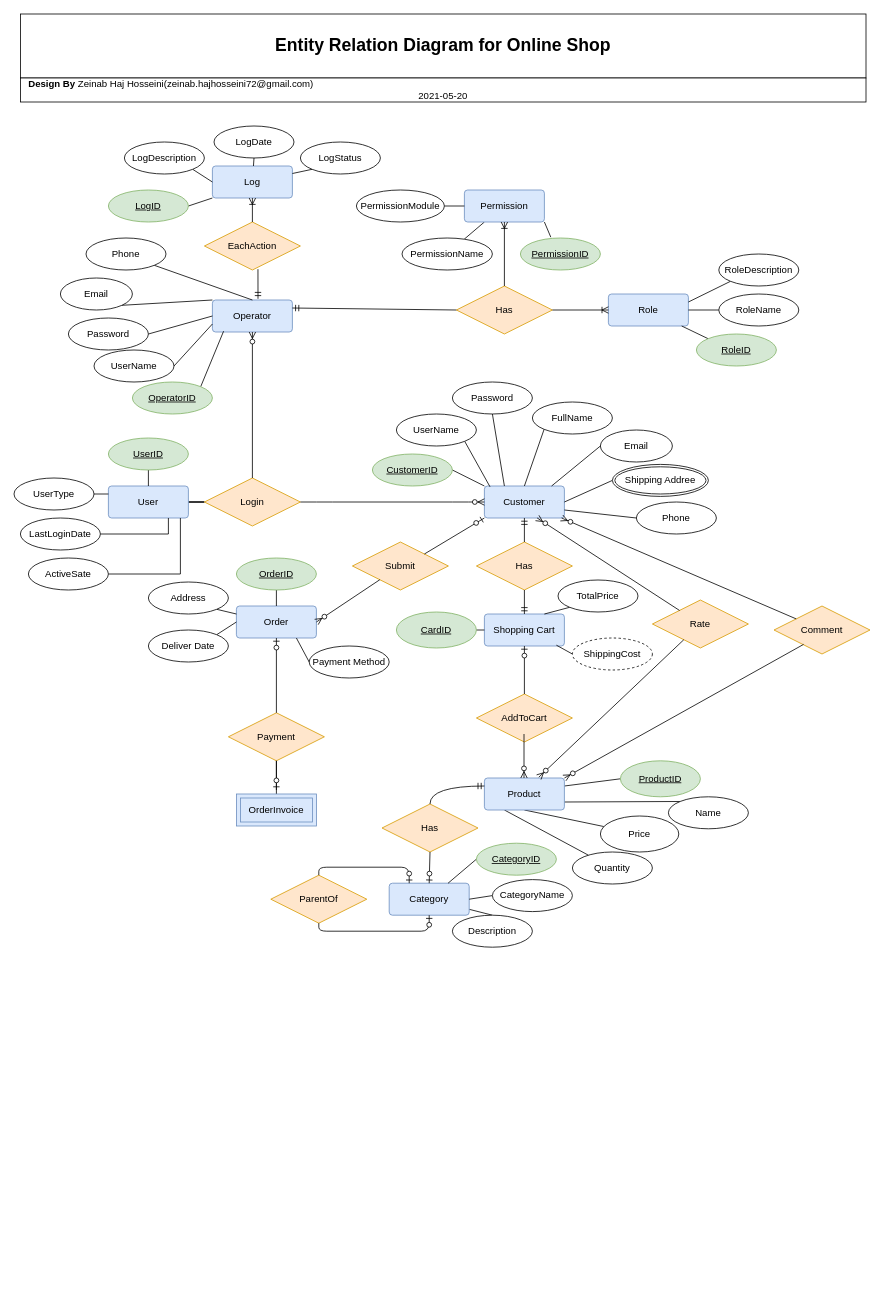
zeinab-hajhosseini/Online-shop-ERD keeps this draw.io diagram as Untitled Diagram.drawio. Above is the earlier version. Source tidied: cells renumbered, new cells numbered last; positions are measured from the earlier drawing's top-left corner, leaving out a move shared by most shapes. Both pictures are drawn from the tidied source at 80%, with x=0, y=0 at pixel (14, 14).
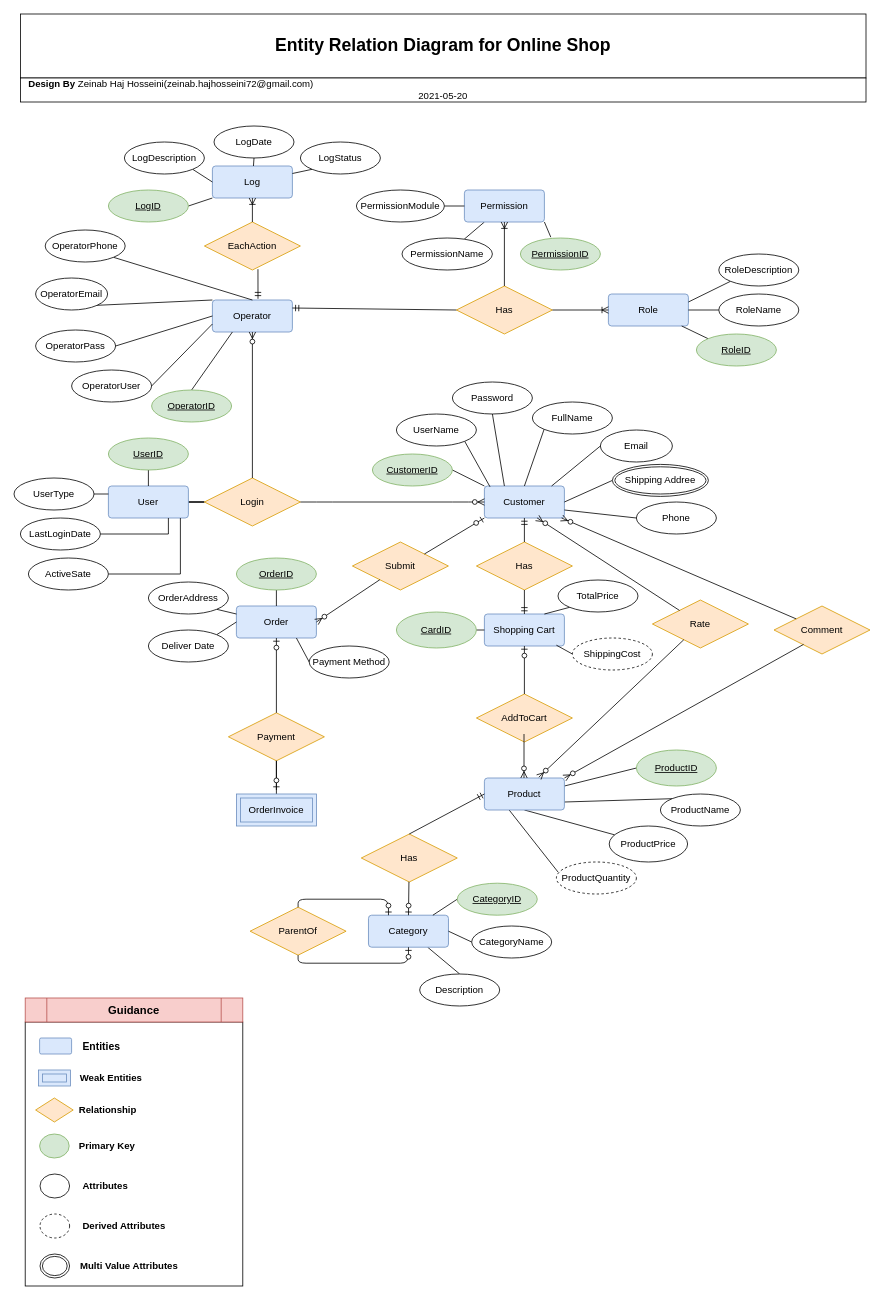
Above is the later version.

The change refers to these unchanged cells:
```xml
<mxCell id="31" value="Product" style="rounded=1;arcSize=10;whiteSpace=wrap;html=1;align=center;fillColor=#dae8fc;strokeColor=#6c8ebf;" parent="1" vertex="1">
  <mxGeometry x="588" y="955" width="100" height="40" as="geometry" />
</mxCell>
<mxCell id="68" value="OrderInvoice" style="shape=ext;margin=3;double=1;whiteSpace=wrap;html=1;align=center;fillColor=#dae8fc;strokeColor=#6c8ebf;" parent="1" vertex="1">
  <mxGeometry x="278" y="975" width="100" height="40" as="geometry" />
</mxCell>
<mxCell id="86" value="Operator" style="rounded=1;arcSize=10;whiteSpace=wrap;html=1;align=center;fillColor=#dae8fc;strokeColor=#6c8ebf;" parent="1" vertex="1">
  <mxGeometry x="248" y="357.5" width="100" height="40" as="geometry" />
</mxCell>
```

The edit, as a diff of the source:
```diff
@@
-    <mxCell id="27" style="edgeStyle=none;rounded=0;jettySize=auto;html=1;exitX=0.25;exitY=1;exitDx=0;exitDy=0;endArrow=none;endFill=0;" parent="1" edge="1" source="31" target="35">
-      <mxGeometry relative="1" as="geometry" />
+    <mxCell id="27" style="edgeStyle=none;rounded=0;orthogonalLoop=1;jettySize=auto;html=1;endArrow=none;endFill=0;" parent="1" edge="1">
+      <mxGeometry relative="1" as="geometry">
+        <mxPoint x="615" y="990" as="sourcePoint" />
+        <mxPoint x="680" y="1072.5" as="targetPoint" />
+      </mxGeometry>
     </mxCell>
@@
     <mxCell id="32" value="ProductID" style="ellipse;whiteSpace=wrap;html=1;align=center;fontStyle=4;fillColor=#d5e8d4;strokeColor=#82b366;" parent="1" vertex="1">
-      <mxGeometry x="758" y="933.5" width="100" height="45" as="geometry" />
+      <mxGeometry x="778" y="920" width="100" height="45" as="geometry" />
     </mxCell>
-    <mxCell id="33" value="Name" style="ellipse;whiteSpace=wrap;html=1;align=center;" parent="1" vertex="1">
-      <mxGeometry x="818" y="978.5" width="100" height="40" as="geometry" />
+    <mxCell id="33" value="ProductName" style="ellipse;whiteSpace=wrap;html=1;align=center;" parent="1" vertex="1">
+      <mxGeometry x="808" y="975" width="100" height="40" as="geometry" />
     </mxCell>
-    <mxCell id="34" value="Price" style="ellipse;whiteSpace=wrap;html=1;align=center;" parent="1" vertex="1">
-      <mxGeometry x="733" y="1002.5" width="98" height="45" as="geometry" />
+    <mxCell id="34" value="ProductPrice" style="ellipse;whiteSpace=wrap;html=1;align=center;" parent="1" vertex="1">
+      <mxGeometry x="744" y="1015" width="98" height="45" as="geometry" />
     </mxCell>
-    <mxCell id="35" value="Quantity" style="ellipse;whiteSpace=wrap;html=1;align=center;" parent="1" vertex="1">
-      <mxGeometry x="698" y="1047.5" width="100" height="40" as="geometry" />
+    <mxCell id="35" value="ProductQuantity" style="ellipse;whiteSpace=wrap;html=1;align=center;dashed=1;" parent="1" vertex="1">
+      <mxGeometry x="678" y="1060" width="100" height="40" as="geometry" />
     </mxCell>
@@
-    <mxCell id="41" value="Address" style="ellipse;whiteSpace=wrap;html=1;align=center;" parent="1" vertex="1">
+    <mxCell id="41" value="OrderAddress" style="ellipse;whiteSpace=wrap;html=1;align=center;" parent="1" vertex="1">
       <mxGeometry x="168" y="710" width="100" height="40" as="geometry" />
     </mxCell>
@@
     <mxCell id="47" value="Category" style="rounded=1;arcSize=10;whiteSpace=wrap;html=1;align=center;fillColor=#dae8fc;strokeColor=#6c8ebf;" parent="1" vertex="1">
-      <mxGeometry x="469" y="1086.5" width="100" height="40" as="geometry" />
+      <mxGeometry x="443.1" y="1126.5" width="100" height="40" as="geometry" />
     </mxCell>
     <mxCell id="48" value="Has" style="shape=rhombus;perimeter=rhombusPerimeter;whiteSpace=wrap;html=1;align=center;fillColor=#ffe6cc;strokeColor=#d79b00;" parent="1" vertex="1">
-      <mxGeometry x="460" y="987.5" width="120" height="60" as="geometry" />
+      <mxGeometry x="434.1" y="1025" width="120" height="60" as="geometry" />
     </mxCell>
@@
     <mxCell id="50" value="CategoryID" style="ellipse;whiteSpace=wrap;html=1;align=center;fontStyle=4;fillColor=#d5e8d4;strokeColor=#82b366;" parent="1" vertex="1">
-      <mxGeometry x="578" y="1036.5" width="100" height="40" as="geometry" />
+      <mxGeometry x="554.1" y="1086.5" width="100" height="40" as="geometry" />
     </mxCell>
@@
     <mxCell id="52" value="&lt;div&gt;CategoryName&lt;/div&gt;" style="ellipse;whiteSpace=wrap;html=1;align=center;" parent="1" vertex="1">
-      <mxGeometry x="598" y="1082" width="100" height="40" as="geometry" />
+      <mxGeometry x="572.1" y="1140" width="100" height="40" as="geometry" />
     </mxCell>
     <mxCell id="53" value="ParentOf" style="shape=rhombus;perimeter=rhombusPerimeter;whiteSpace=wrap;html=1;align=center;fillColor=#ffe6cc;strokeColor=#d79b00;" parent="1" vertex="1">
-      <mxGeometry x="321" y="1076.5" width="120" height="60" as="geometry" />
+      <mxGeometry x="295.1" y="1116.5" width="120" height="60" as="geometry" />
     </mxCell>
@@
-    <mxCell id="66" style="edgeStyle=none;rounded=0;orthogonalLoop=1;jettySize=auto;html=1;exitX=0.5;exitY=0;exitDx=0;exitDy=0;endArrow=none;endFill=0;entryX=0.5;entryY=0;entryDx=0;entryDy=0;" parent="1" edge="1" source="68" target="68">
-      <mxGeometry relative="1" as="geometry" />
+    <mxCell id="66" style="edgeStyle=none;rounded=0;orthogonalLoop=1;jettySize=auto;html=1;exitX=0.5;exitY=0;exitDx=0;exitDy=0;endArrow=none;endFill=0;entryX=0.5;entryY=0;entryDx=0;entryDy=0;" parent="1" edge="1">
+      <mxGeometry relative="1" as="geometry">
+        <mxPoint x="302.1" y="985" as="sourcePoint" />
+        <mxPoint x="302.1" y="985" as="targetPoint" />
+      </mxGeometry>
     </mxCell>
@@
-    <mxCell id="73" style="fontSize=12;html=1;endArrow=ERzeroToOne;endFill=1;entryX=0.5;entryY=0;entryDx=0;entryDy=0;exitX=0.5;exitY=1;exitDx=0;exitDy=0;" parent="1" edge="1" source="48" target="47">
+    <mxCell id="73" style="fontSize=12;html=1;endArrow=ERzeroToOne;endFill=1;entryX=0.5;entryY=0;entryDx=0;entryDy=0;" parent="1" edge="1" source="48" target="47">
       <mxGeometry relative="1" as="geometry" />
     </mxCell>
@@
     <mxCell id="80" value="&lt;div&gt;Description&lt;/div&gt;" style="ellipse;whiteSpace=wrap;html=1;align=center;" parent="1" vertex="1">
-      <mxGeometry x="548" y="1126.5" width="100" height="40" as="geometry" />
+      <mxGeometry x="507.1" y="1200" width="100" height="40" as="geometry" />
     </mxCell>
@@
-    <mxCell id="83" style="fontSize=12;html=1;endArrow=ERmandOne;entryX=0;entryY=0.25;entryDx=0;entryDy=0;exitX=0.5;exitY=0;exitDx=0;exitDy=0;edgeStyle=orthogonalEdgeStyle;curved=1;" parent="1" edge="1" source="48" target="31">
+    <mxCell id="83" style="fontSize=12;html=1;endArrow=ERmandOne;exitX=0.5;exitY=0;exitDx=0;exitDy=0;entryX=0;entryY=0.5;entryDx=0;entryDy=0;" parent="1" edge="1" source="48" target="31">
       <mxGeometry relative="1" as="geometry" />
     </mxCell>
@@
-    <mxCell id="88" style="edgeStyle=none;rounded=0;jettySize=auto;html=1;exitX=1;exitY=0;exitDx=0;exitDy=0;entryX=0.14;entryY=0.975;entryDx=0;entryDy=0;entryPerimeter=0;endArrow=none;endFill=0;" parent="1" edge="1" source="89" target="86">
+    <mxCell id="88" style="edgeStyle=none;rounded=0;jettySize=auto;html=1;exitX=0.5;exitY=0;exitDx=0;exitDy=0;entryX=0.25;entryY=1;entryDx=0;entryDy=0;endArrow=none;endFill=0;" parent="1" edge="1" source="89" target="86">
       <mxGeometry relative="1" as="geometry" />
     </mxCell>
     <mxCell id="89" value="&lt;div&gt;OperatorID&lt;/div&gt;" style="ellipse;whiteSpace=wrap;html=1;align=center;fontStyle=4;fillColor=#d5e8d4;strokeColor=#82b366;" parent="1" vertex="1">
-      <mxGeometry x="148" y="460" width="100" height="40" as="geometry" />
+      <mxGeometry x="172" y="470" width="100" height="40" as="geometry" />
     </mxCell>
@@
-    <mxCell id="91" value="UserName" style="ellipse;whiteSpace=wrap;html=1;align=center;" parent="1" vertex="1">
-      <mxGeometry x="100" y="420" width="100" height="40" as="geometry" />
+    <mxCell id="91" value="OperatorUser" style="ellipse;whiteSpace=wrap;html=1;align=center;" parent="1" vertex="1">
+      <mxGeometry x="72" y="445" width="100" height="40" as="geometry" />
     </mxCell>
@@
-    <mxCell id="93" value="Password" style="ellipse;whiteSpace=wrap;html=1;align=center;" parent="1" vertex="1">
-      <mxGeometry x="68" y="380" width="100" height="40" as="geometry" />
+    <mxCell id="93" value="OperatorPass" style="ellipse;whiteSpace=wrap;html=1;align=center;" parent="1" vertex="1">
+      <mxGeometry x="27" y="395" width="100" height="40" as="geometry" />
     </mxCell>
@@
-    <mxCell id="95" value="Email" style="ellipse;whiteSpace=wrap;html=1;align=center;fontStyle=0;" parent="1" vertex="1">
-      <mxGeometry x="58" y="330" width="90" height="40" as="geometry" />
+    <mxCell id="95" value="OperatorEmail" style="ellipse;whiteSpace=wrap;html=1;align=center;fontStyle=0;" parent="1" vertex="1">
+      <mxGeometry x="27" y="330" width="90" height="40" as="geometry" />
     </mxCell>
@@
-    <mxCell id="97" value="Phone" style="ellipse;whiteSpace=wrap;html=1;align=center;fontStyle=0;" parent="1" vertex="1">
-      <mxGeometry x="90" y="280" width="100" height="40" as="geometry" />
+    <mxCell id="97" value="OperatorPhone" style="ellipse;whiteSpace=wrap;html=1;align=center;fontStyle=0;" parent="1" vertex="1">
+      <mxGeometry x="39" y="270" width="100" height="40" as="geometry" />
     </mxCell>
@@
+    <mxCell id="132" style="rounded=0;whiteSpace=wrap;html=1;align=left;" parent="1" vertex="1">
+      <mxGeometry x="14" y="1260" width="272" height="330" as="geometry" />
+    </mxCell>
+    <mxCell id="133" style="rounded=1;arcSize=10;whiteSpace=wrap;html=1;align=center;fillColor=#dae8fc;strokeColor=#6c8ebf;" parent="1" vertex="1">
+      <mxGeometry x="32" y="1280" width="40" height="20" as="geometry" />
+    </mxCell>
+    <mxCell id="134" style="shape=ext;margin=3;double=1;whiteSpace=wrap;html=1;align=center;fillColor=#dae8fc;strokeColor=#6c8ebf;" parent="1" vertex="1">
+      <mxGeometry x="30.5" y="1320" width="40" height="20" as="geometry" />
+    </mxCell>
+    <mxCell id="135" style="shape=rhombus;perimeter=rhombusPerimeter;whiteSpace=wrap;html=1;align=center;fillColor=#ffe6cc;strokeColor=#d79b00;" parent="1" vertex="1">
+      <mxGeometry x="27" y="1355" width="47" height="30" as="geometry" />
+    </mxCell>
+    <mxCell id="136" style="ellipse;whiteSpace=wrap;html=1;align=center;fontStyle=4;fillColor=#d5e8d4;strokeColor=#82b366;" parent="1" vertex="1">
+      <mxGeometry x="32" y="1400" width="37" height="30" as="geometry" />
+    </mxCell>
+    <mxCell id="137" style="ellipse;whiteSpace=wrap;html=1;align=center;" parent="1" vertex="1">
+      <mxGeometry x="32.5" y="1450" width="37" height="30" as="geometry" />
+    </mxCell>
+    <mxCell id="138" style="ellipse;whiteSpace=wrap;html=1;align=center;dashed=1;" parent="1" vertex="1">
+      <mxGeometry x="32.5" y="1500" width="37" height="30" as="geometry" />
+    </mxCell>
+    <mxCell id="139" style="ellipse;shape=doubleEllipse;margin=3;whiteSpace=wrap;html=1;align=center;" parent="1" vertex="1">
+      <mxGeometry x="32.5" y="1550" width="37" height="30" as="geometry" />
+    </mxCell>
+    <mxCell id="140" value="&lt;font style=&quot;font-size: 13px&quot;&gt;Entities&lt;/font&gt;" style="text;html=1;align=center;verticalAlign=middle;strokeColor=none;fontStyle=1;" parent="1" vertex="1">
+      <mxGeometry x="79" y="1280" width="60" height="20" as="geometry" />
+    </mxCell>
+    <mxCell id="141" value="Weak Entities" style="text;html=1;align=center;verticalAlign=middle;strokeColor=none;fontStyle=1;" parent="1" vertex="1">
+      <mxGeometry x="76" y="1320" width="90" height="20" as="geometry" />
+    </mxCell>
+    <mxCell id="142" value="Relationship" style="text;html=1;align=center;verticalAlign=middle;strokeColor=none;fontStyle=1;" parent="1" vertex="1">
+      <mxGeometry x="72" y="1360" width="90" height="20" as="geometry" />
+    </mxCell>
+    <mxCell id="143" value="Primary Key" style="text;html=1;align=center;verticalAlign=middle;strokeColor=none;fontStyle=1;" parent="1" vertex="1">
+      <mxGeometry x="76" y="1405" width="80" height="20" as="geometry" />
+    </mxCell>
+    <mxCell id="144" value="&lt;div align=&quot;left&quot;&gt;Attributes&lt;/div&gt;" style="text;html=1;align=left;verticalAlign=middle;strokeColor=none;fontStyle=1;" parent="1" vertex="1">
+      <mxGeometry x="84" y="1455" width="70" height="20" as="geometry" />
+    </mxCell>
+    <mxCell id="145" value="Derived Attributes" style="text;html=1;align=left;verticalAlign=middle;strokeColor=none;fontStyle=1;" parent="1" vertex="1">
+      <mxGeometry x="84" y="1505" width="120" height="20" as="geometry" />
+    </mxCell>
+    <mxCell id="146" value="&lt;div&gt;Multi Value Attributes&lt;/div&gt;" style="text;html=1;align=left;verticalAlign=middle;strokeColor=none;fontStyle=1;" parent="1" vertex="1">
+      <mxGeometry x="81" y="1555" width="140" height="20" as="geometry" />
+    </mxCell>
+    <mxCell id="147" value="&lt;font style=&quot;font-size: 14px&quot;&gt;&lt;b&gt;Guidance&lt;/b&gt;&lt;/font&gt;" style="shape=process;whiteSpace=wrap;html=1;backgroundOutline=1;align=center;fillColor=#f8cecc;strokeColor=#b85450;" parent="1" vertex="1">
+      <mxGeometry x="14" y="1230" width="272" height="30" as="geometry" />
+    </mxCell>
```
